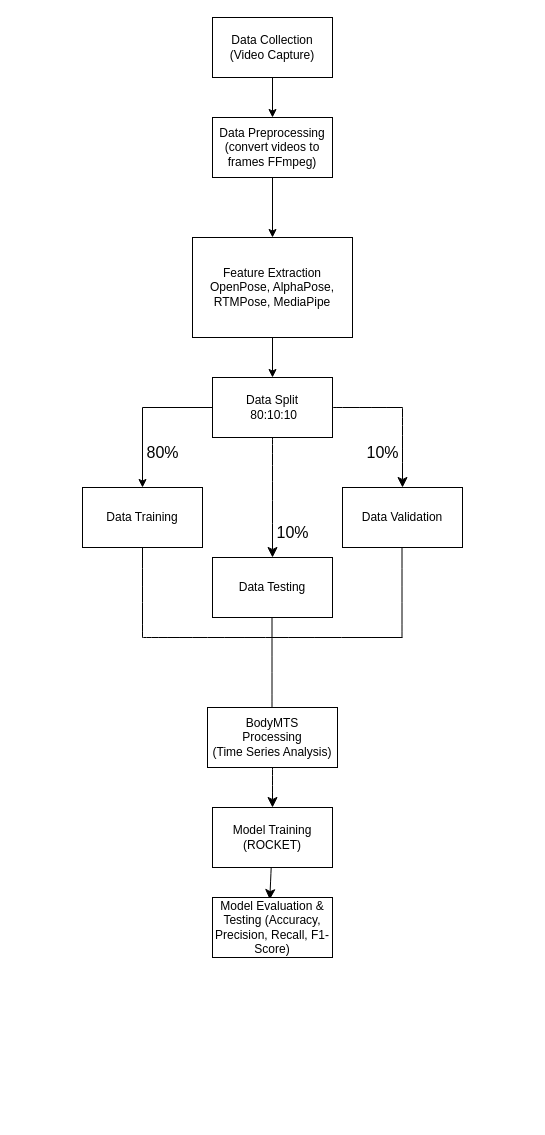
Privcy/3DMTS-allehc keeps this draw.io diagram as ConceptFramework.drawio. Above is the earlier version. Source tidied: cells renumbered, new cells numbered last; positions are measured from the earlier drawing's top-left corner, leaving out a move shared by most shapes. Both pictures are drawn from the tidied source at 100%, with x=0, y=0 at pixel (82, 17).
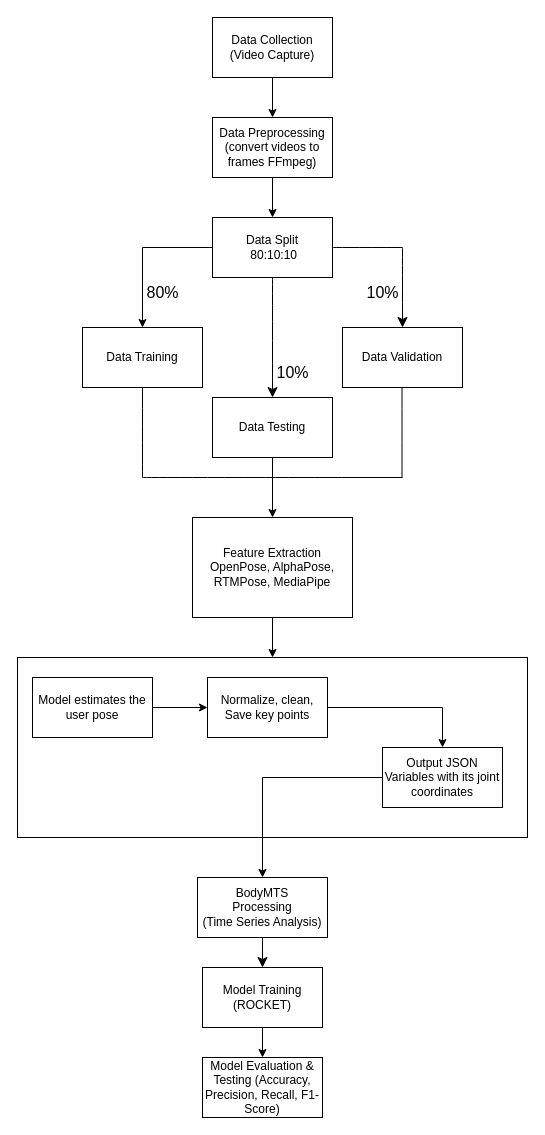
The same page after the edit.

Unchanged cells that the change refers to:
```xml
<mxCell id="5" value="Data Preprocessing (convert videos to frames FFmpeg)" style="rounded=0;whiteSpace=wrap;html=1;" parent="1" vertex="1">
  <mxGeometry x="130" y="100" width="120" height="60" as="geometry" />
</mxCell>
```

Diff of the diagram source:
```diff
@@
+    <mxCell id="28" style="rounded=0;whiteSpace=wrap;html=1;" parent="1" vertex="1">
+      <mxGeometry x="-65" y="640" width="510" height="180" as="geometry" />
+    </mxCell>
@@
-    <mxCell id="4" style="edgeStyle=orthogonalEdgeStyle;rounded=0;jettySize=auto;html=1;" parent="1" edge="1" source="5" target="7">
-      <mxGeometry relative="1" as="geometry" />
-    </mxCell>
+    <mxCell id="29" style="edgeStyle=orthogonalEdgeStyle;rounded=0;jettySize=auto;html=1;" parent="1" edge="1" source="5" target="10">
+      <mxGeometry relative="1" as="geometry" />
+    </mxCell>
@@
-    <mxCell id="6" style="edgeStyle=orthogonalEdgeStyle;rounded=0;jettySize=auto;html=1;" parent="1" edge="1" source="7" target="10">
-      <mxGeometry relative="1" as="geometry" />
-    </mxCell>
+    <mxCell id="30" style="edgeStyle=orthogonalEdgeStyle;rounded=0;jettySize=auto;html=1;" parent="1" edge="1" source="7" target="28">
+      <mxGeometry relative="1" as="geometry" />
+    </mxCell>
     <mxCell id="7" value="Feature Extraction&lt;br&gt;OpenPose, AlphaPose, RTMPose, MediaPipe" style="rounded=0;whiteSpace=wrap;html=1;" parent="1" vertex="1">
-      <mxGeometry x="110" y="220" width="160" height="100" as="geometry" />
+      <mxGeometry x="110" y="500" width="160" height="100" as="geometry" />
     </mxCell>
+    <mxCell id="31" style="group;" parent="1" vertex="1">
+      <mxGeometry y="200" width="380" height="260" as="geometry" />
+    </mxCell>
-    <mxCell id="8" style="edgeStyle=orthogonalEdgeStyle;rounded=0;jettySize=auto;html=1;" parent="1" edge="1" source="10" target="11">
+    <mxCell id="8" style="edgeStyle=orthogonalEdgeStyle;rounded=0;jettySize=auto;html=1;" parent="31" edge="1" source="10" target="11">
       <mxGeometry relative="1" as="geometry" />
     </mxCell>
-    <mxCell id="9" style="edgeStyle=none;curved=1;rounded=0;jettySize=auto;html=1;fontSize=12;startSize=8;endSize=8;" parent="1" edge="1" source="10" target="17">
+    <mxCell id="9" style="edgeStyle=none;curved=1;rounded=0;jettySize=auto;html=1;fontSize=12;startSize=8;endSize=8;" parent="31" edge="1" source="10" target="17">
       <mxGeometry relative="1" as="geometry" />
     </mxCell>
-    <mxCell id="10" value="Data Split&lt;br&gt;&amp;nbsp;80:10:10" style="rounded=0;whiteSpace=wrap;html=1;" parent="1" vertex="1">
-      <mxGeometry x="130" y="360" width="120" height="60" as="geometry" />
+    <mxCell id="10" value="Data Split&lt;br&gt;&amp;nbsp;80:10:10" style="rounded=0;whiteSpace=wrap;html=1;" parent="31" vertex="1">
+      <mxGeometry x="130" width="120" height="60" as="geometry" />
     </mxCell>
-    <mxCell id="11" value="Data Training" style="rounded=0;whiteSpace=wrap;html=1;" parent="1" vertex="1">
-      <mxGeometry y="470" width="120" height="60" as="geometry" />
+    <mxCell id="11" value="Data Training" style="rounded=0;whiteSpace=wrap;html=1;" parent="31" vertex="1">
+      <mxGeometry y="110" width="120" height="60" as="geometry" />
     </mxCell>
-    <mxCell id="12" style="endArrow=none;html=1;rounded=0;fontSize=12;startSize=8;endSize=8;curved=1;" parent="1" edge="1">
+    <mxCell id="12" style="endArrow=none;html=1;rounded=0;fontSize=12;startSize=8;endSize=8;curved=1;" parent="31" edge="1">
       <mxGeometry relative="1" as="geometry">
-        <mxPoint x="250" y="390" as="sourcePoint" />
-        <mxPoint x="320" y="390" as="targetPoint" />
+        <mxPoint x="250" y="30" as="sourcePoint" />
+        <mxPoint x="320" y="30" as="targetPoint" />
       </mxGeometry>
     </mxCell>
-    <mxCell id="13" value="Data Validation" style="rounded=0;whiteSpace=wrap;html=1;" parent="1" vertex="1">
-      <mxGeometry x="260" y="470" width="120" height="60" as="geometry" />
+    <mxCell id="13" value="Data Validation" style="rounded=0;whiteSpace=wrap;html=1;" parent="31" vertex="1">
+      <mxGeometry x="260" y="110" width="120" height="60" as="geometry" />
     </mxCell>
-    <mxCell id="14" value="10%" style="text;html=1;align=center;verticalAlign=middle;strokeColor=none;fillColor=none;fontSize=16;" parent="1" vertex="1">
-      <mxGeometry x="270" y="420" width="60" height="30" as="geometry" />
+    <mxCell id="14" value="10%" style="text;html=1;align=center;verticalAlign=middle;strokeColor=none;fillColor=none;fontSize=16;" parent="31" vertex="1">
+      <mxGeometry x="270" y="60" width="60" height="30" as="geometry" />
     </mxCell>
-    <mxCell id="15" style="endArrow=classic;html=1;rounded=0;fontSize=12;startSize=8;endSize=8;curved=1;entryX=0.5;entryY=0;entryDx=0;entryDy=0;" parent="1" edge="1" target="13">
+    <mxCell id="15" style="endArrow=classic;html=1;rounded=0;fontSize=12;startSize=8;endSize=8;curved=1;entryX=0.5;entryY=0;entryDx=0;entryDy=0;" parent="31" edge="1" target="13">
       <mxGeometry relative="1" as="geometry">
-        <mxPoint x="320" y="390" as="sourcePoint" />
+        <mxPoint x="320" y="30" as="sourcePoint" />
       </mxGeometry>
     </mxCell>
-    <mxCell id="16" value="80%" style="text;html=1;align=center;verticalAlign=middle;strokeColor=none;fillColor=none;fontSize=16;" parent="1" vertex="1">
-      <mxGeometry x="50" y="420" width="60" height="30" as="geometry" />
+    <mxCell id="16" value="80%" style="text;html=1;align=center;verticalAlign=middle;strokeColor=none;fillColor=none;fontSize=16;" parent="31" vertex="1">
+      <mxGeometry x="50" y="60" width="60" height="30" as="geometry" />
     </mxCell>
-    <mxCell id="17" value="Data Testing" style="rounded=0;whiteSpace=wrap;html=1;" parent="1" vertex="1">
-      <mxGeometry x="130" y="540" width="120" height="60" as="geometry" />
+    <mxCell id="17" value="Data Testing" style="rounded=0;whiteSpace=wrap;html=1;" parent="31" vertex="1">
+      <mxGeometry x="130" y="180" width="120" height="60" as="geometry" />
     </mxCell>
-    <mxCell id="18" value="10%" style="text;html=1;align=center;verticalAlign=middle;strokeColor=none;fillColor=none;fontSize=16;" parent="1" vertex="1">
-      <mxGeometry x="180" y="500" width="60" height="30" as="geometry" />
+    <mxCell id="18" value="10%" style="text;html=1;align=center;verticalAlign=middle;strokeColor=none;fillColor=none;fontSize=16;" parent="31" vertex="1">
+      <mxGeometry x="180" y="140" width="60" height="30" as="geometry" />
     </mxCell>
-    <mxCell id="19" style="endArrow=none;html=1;rounded=0;fontSize=12;startSize=8;endSize=8;curved=1;" parent="1" edge="1">
+    <mxCell id="19" style="endArrow=none;html=1;rounded=0;fontSize=12;startSize=8;endSize=8;curved=1;" parent="31" edge="1">
       <mxGeometry relative="1" as="geometry">
-        <mxPoint x="60" y="620" as="sourcePoint" />
-        <mxPoint x="60" y="530" as="targetPoint" />
+        <mxPoint x="60" y="260" as="sourcePoint" />
+        <mxPoint x="60" y="170" as="targetPoint" />
       </mxGeometry>
     </mxCell>
-    <mxCell id="20" style="endArrow=none;html=1;rounded=0;fontSize=12;startSize=8;endSize=8;curved=1;" parent="1" edge="1">
+    <mxCell id="20" style="endArrow=none;html=1;rounded=0;fontSize=12;startSize=8;endSize=8;curved=1;" parent="31" edge="1">
       <mxGeometry relative="1" as="geometry">
-        <mxPoint x="319.5" y="620" as="sourcePoint" />
-        <mxPoint x="319.5" y="530" as="targetPoint" />
+        <mxPoint x="319.5" y="260" as="sourcePoint" />
+        <mxPoint x="319.5" y="170" as="targetPoint" />
       </mxGeometry>
     </mxCell>
-    <mxCell id="21" style="endArrow=none;html=1;rounded=0;fontSize=12;startSize=8;endSize=8;curved=1;" parent="1" edge="1">
-      <mxGeometry relative="1" as="geometry">
-        <mxPoint x="189.5" y="690" as="sourcePoint" />
-        <mxPoint x="189.5" y="600" as="targetPoint" />
-      </mxGeometry>
-    </mxCell>
-    <mxCell id="22" style="endArrow=none;html=1;rounded=0;fontSize=12;startSize=8;endSize=8;curved=1;" parent="1" edge="1">
+    <mxCell id="22" style="endArrow=none;html=1;rounded=0;fontSize=12;startSize=8;endSize=8;curved=1;" parent="31" edge="1">
       <mxGeometry relative="1" as="geometry">
-        <mxPoint x="60" y="620" as="sourcePoint" />
-        <mxPoint x="320" y="620" as="targetPoint" />
+        <mxPoint x="60" y="260" as="sourcePoint" />
+        <mxPoint x="320" y="260" as="targetPoint" />
       </mxGeometry>
     </mxCell>
+    <mxCell id="32" style="edgeStyle=orthogonalEdgeStyle;rounded=0;jettySize=auto;html=1;" parent="1" edge="1" source="17" target="7">
+      <mxGeometry relative="1" as="geometry" />
+    </mxCell>
+    <mxCell id="33" style="group;" parent="1" vertex="1">
+      <mxGeometry x="115" y="830" width="130" height="270" as="geometry" />
+    </mxCell>
-    <mxCell id="23" style="edgeStyle=none;curved=1;rounded=0;jettySize=auto;html=1;fontSize=12;startSize=8;endSize=8;" parent="1" edge="1" source="24" target="26">
+    <mxCell id="23" style="edgeStyle=none;curved=1;rounded=0;jettySize=auto;html=1;fontSize=12;startSize=8;endSize=8;" parent="33" edge="1" source="24" target="26">
       <mxGeometry relative="1" as="geometry" />
     </mxCell>
-    <mxCell id="24" value="BodyMTS &lt;br&gt;Processing&lt;br&gt;(Time Series Analysis)" style="rounded=0;whiteSpace=wrap;html=1;" parent="1" vertex="1">
-      <mxGeometry x="125" y="690" width="130" height="60" as="geometry" />
+    <mxCell id="24" value="BodyMTS &lt;br&gt;Processing&lt;br&gt;(Time Series Analysis)" style="rounded=0;whiteSpace=wrap;html=1;" parent="33" vertex="1">
+      <mxGeometry y="30" width="130" height="60" as="geometry" />
     </mxCell>
-    <mxCell id="25" style="edgeStyle=none;curved=1;rounded=0;jettySize=auto;html=1;fontSize=12;startSize=8;endSize=8;" parent="1" edge="1" source="26">
-      <mxGeometry relative="1" as="geometry">
-        <mxPoint x="187.3" y="882.1" as="targetPoint" />
-      </mxGeometry>
-    </mxCell>
+    <mxCell id="34" style="edgeStyle=orthogonalEdgeStyle;rounded=0;jettySize=auto;html=1;" parent="33" edge="1" source="26" target="27">
+      <mxGeometry relative="1" as="geometry" />
+    </mxCell>
-    <mxCell id="26" value="Model Training (ROCKET)" style="rounded=0;whiteSpace=wrap;html=1;" parent="1" vertex="1">
-      <mxGeometry x="130" y="790" width="120" height="60" as="geometry" />
+    <mxCell id="26" value="Model Training (ROCKET)" style="rounded=0;whiteSpace=wrap;html=1;" parent="33" vertex="1">
+      <mxGeometry x="5" y="120" width="120" height="60" as="geometry" />
     </mxCell>
-    <mxCell id="27" value="Model Evaluation &amp;amp; Testing (Accuracy, Precision, Recall, F1-Score)" style="rounded=0;whiteSpace=wrap;html=1;" parent="1" vertex="1">
-      <mxGeometry x="130" y="880" width="120" height="60" as="geometry" />
+    <mxCell id="27" value="Model Evaluation &amp;amp; Testing (Accuracy, Precision, Recall, F1-Score)" style="rounded=0;whiteSpace=wrap;html=1;" parent="33" vertex="1">
+      <mxGeometry x="5" y="210" width="120" height="60" as="geometry" />
     </mxCell>
+    <mxCell id="35" style="edgeStyle=orthogonalEdgeStyle;rounded=0;jettySize=auto;html=1;" parent="1" edge="1" source="36" target="38">
+      <mxGeometry relative="1" as="geometry" />
+    </mxCell>
+    <mxCell id="36" value="Model estimates the user pose" style="rounded=0;whiteSpace=wrap;html=1;" parent="1" vertex="1">
+      <mxGeometry x="-50" y="660" width="120" height="60" as="geometry" />
+    </mxCell>
+    <mxCell id="37" style="edgeStyle=orthogonalEdgeStyle;rounded=0;jettySize=auto;html=1;" parent="1" edge="1" source="38" target="40">
+      <mxGeometry relative="1" as="geometry" />
+    </mxCell>
+    <mxCell id="38" value="Normalize, clean, Save key points" style="rounded=0;whiteSpace=wrap;html=1;" parent="1" vertex="1">
+      <mxGeometry x="125" y="660" width="120" height="60" as="geometry" />
+    </mxCell>
+    <mxCell id="39" style="edgeStyle=orthogonalEdgeStyle;rounded=0;jettySize=auto;html=1;" parent="1" edge="1" source="40" target="24">
+      <mxGeometry relative="1" as="geometry" />
+    </mxCell>
+    <mxCell id="40" value="Output JSON Variables with its joint coordinates" style="rounded=0;whiteSpace=wrap;html=1;" parent="1" vertex="1">
+      <mxGeometry x="300" y="730" width="120" height="60" as="geometry" />
+    </mxCell>
```
